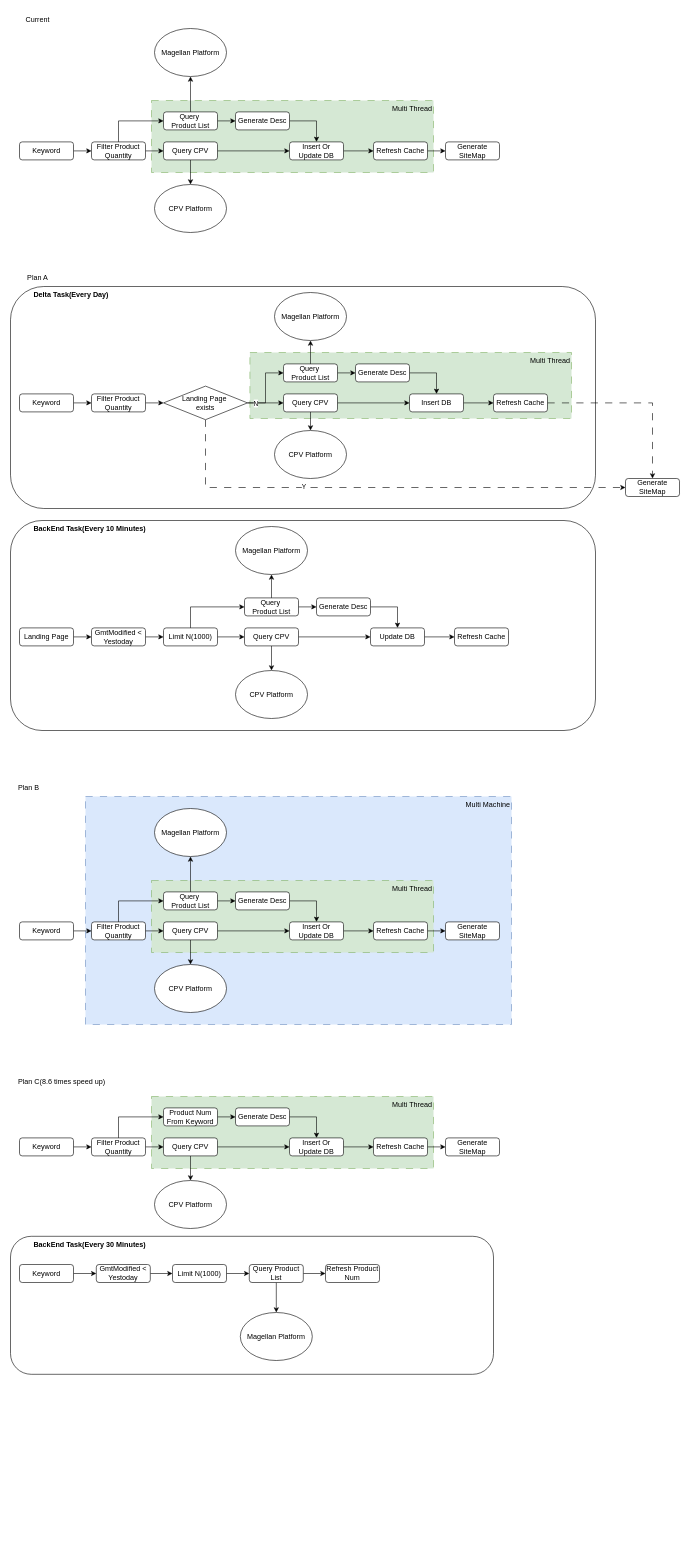
VisableHarry/seo-drawio keeps this draw.io diagram as drawio/landingpage_generate.drawio. Above is the earlier version. Source tidied: cells renumbered, new cells numbered last; positions are measured from the earlier drawing's top-left corner, leaving out a move shared by most shapes. Both pictures are drawn from the tidied source at 60%, with x=0, y=0 at pixel (10, 10).
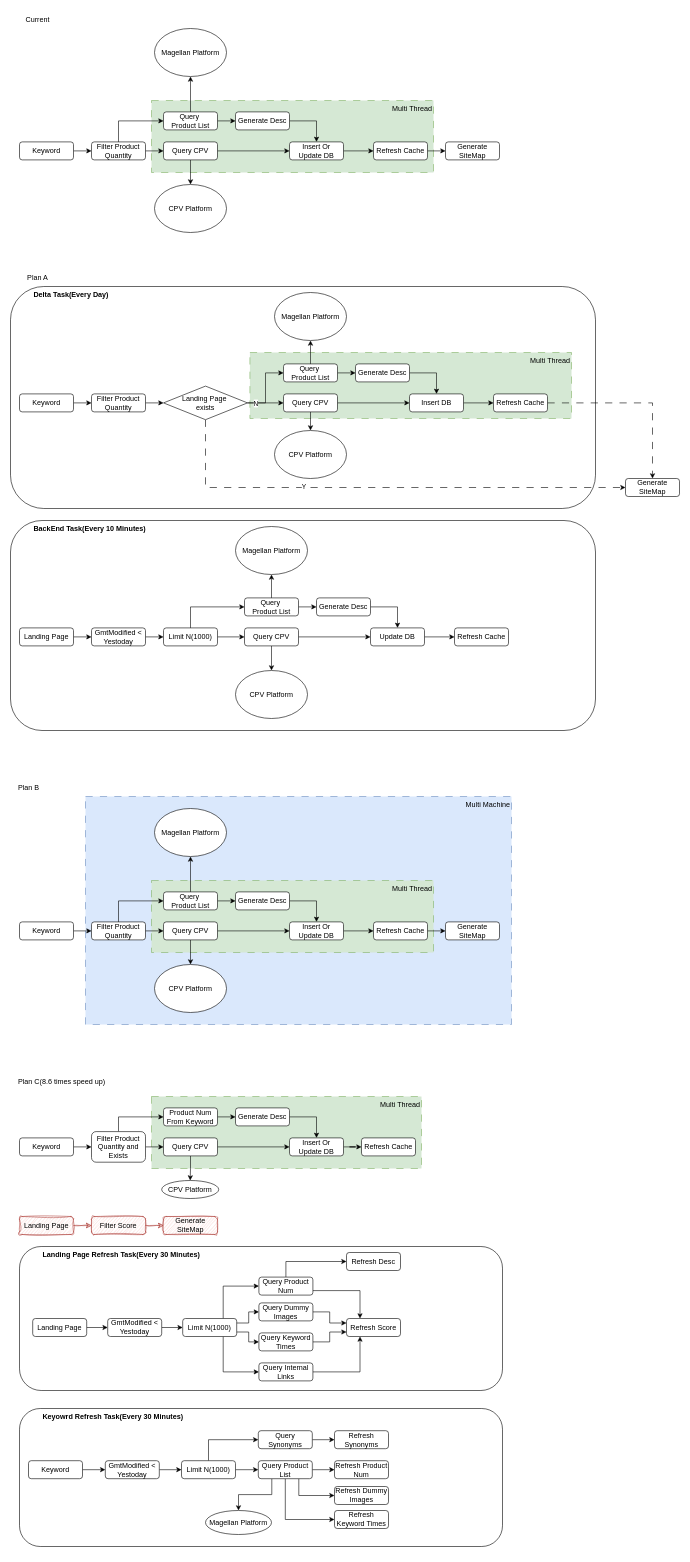
After the change.

The change refers to these unchanged cells:
```xml
<mxCell id="110" value="Insert Or Update DB" style="rounded=1;whiteSpace=wrap;html=1;" parent="1" vertex="1">
  <mxGeometry x="465" y="1879" width="90" height="30" as="geometry" />
</mxCell>
```

What changed in the source:
```diff
@@
-    <mxCell id="2" value="&amp;nbsp; &amp;nbsp; &amp;nbsp; &amp;nbsp; &amp;nbsp; &amp;nbsp;&lt;b&gt;BackEnd Task(Every 30 Minutes)&lt;/b&gt;" style="rounded=1;whiteSpace=wrap;html=1;align=left;verticalAlign=top;" parent="1" vertex="1">
-      <mxGeometry y="2043" width="805" height="230" as="geometry" />
-    </mxCell>
@@
     <mxCell id="98" value="Multi Thread" style="rounded=0;whiteSpace=wrap;html=1;align=right;verticalAlign=top;fillColor=#d5e8d4;strokeColor=#82b366;dashed=1;dashPattern=12 12;" parent="1" vertex="1">
-      <mxGeometry x="235" y="1810" width="470" height="120" as="geometry" />
+      <mxGeometry x="235" y="1810" width="450" height="120" as="geometry" />
     </mxCell>
@@
-    <mxCell id="103" value="Filter Product Quantity" style="rounded=1;whiteSpace=wrap;html=1;" parent="1" vertex="1">
-      <mxGeometry x="135" y="1879" width="90" height="30" as="geometry" />
+    <mxCell id="103" value="Filter Product Quantity and Exists" style="rounded=1;whiteSpace=wrap;html=1;" parent="1" vertex="1">
+      <mxGeometry x="135" y="1868.5" width="90" height="51" as="geometry" />
     </mxCell>
@@
-    <mxCell id="109" style="edgeStyle=orthogonalEdgeStyle;rounded=0;jettySize=auto;html=1;exitX=1;exitY=0.5;exitDx=0;exitDy=0;entryX=0;entryY=0.5;entryDx=0;entryDy=0;" parent="1" edge="1" source="110" target="112">
+    <mxCell id="109" style="edgeStyle=orthogonalEdgeStyle;rounded=0;jettySize=auto;html=1;exitX=1;exitY=0.5;exitDx=0;exitDy=0;" parent="1" edge="1" source="110" target="112">
       <mxGeometry relative="1" as="geometry" />
     </mxCell>
@@
-    <mxCell id="111" style="edgeStyle=orthogonalEdgeStyle;rounded=0;jettySize=auto;html=1;exitX=1;exitY=0.5;exitDx=0;exitDy=0;entryX=0;entryY=0.5;entryDx=0;entryDy=0;" parent="1" edge="1" source="112" target="116">
-      <mxGeometry relative="1" as="geometry" />
-    </mxCell>
-    <mxCell id="112" value="Refresh Cache" style="rounded=1;whiteSpace=wrap;html=1;" parent="1" vertex="1">
-      <mxGeometry x="605" y="1879" width="90" height="30" as="geometry" />
-    </mxCell>
@@
     <mxCell id="115" value="CPV Platform" style="ellipse;whiteSpace=wrap;html=1;" parent="1" vertex="1">
-      <mxGeometry x="240" y="1950" width="120" height="80" as="geometry" />
+      <mxGeometry x="252" y="1950" width="95" height="30" as="geometry" />
     </mxCell>
+    <mxCell id="128" style="edgeStyle=orthogonalEdgeStyle;rounded=0;jettySize=auto;html=1;exitX=1;exitY=0.5;exitDx=0;exitDy=0;entryX=0;entryY=0.5;entryDx=0;entryDy=0;shadow=0;sketch=1;curveFitting=1;jiggle=2;fillColor=#f8cecc;strokeColor=#b85450;" parent="1" edge="1" source="129" target="131">
+      <mxGeometry relative="1" as="geometry" />
+    </mxCell>
+    <mxCell id="129" value="Landing Page" style="rounded=1;whiteSpace=wrap;html=1;shadow=0;sketch=1;curveFitting=1;jiggle=2;fillColor=#f8cecc;strokeColor=#b85450;" parent="1" vertex="1">
+      <mxGeometry x="15" y="2010" width="90" height="30" as="geometry" />
+    </mxCell>
+    <mxCell id="130" style="edgeStyle=orthogonalEdgeStyle;rounded=0;jettySize=auto;html=1;exitX=1;exitY=0.5;exitDx=0;exitDy=0;entryX=0;entryY=0.5;entryDx=0;entryDy=0;shadow=0;sketch=1;curveFitting=1;jiggle=2;fillColor=#f8cecc;strokeColor=#b85450;" parent="1" edge="1" source="131">
+      <mxGeometry relative="1" as="geometry">
+        <mxPoint x="255" y="2025" as="targetPoint" />
+      </mxGeometry>
+    </mxCell>
+    <mxCell id="131" value="Filter Score" style="rounded=1;whiteSpace=wrap;html=1;shadow=0;sketch=1;curveFitting=1;jiggle=2;fillColor=#f8cecc;strokeColor=#b85450;" parent="1" vertex="1">
+      <mxGeometry x="135" y="2010" width="90" height="30" as="geometry" />
+    </mxCell>
-    <mxCell id="116" value="Generate SiteMap" style="rounded=1;whiteSpace=wrap;html=1;" parent="1" vertex="1">
-      <mxGeometry x="725" y="1879" width="90" height="30" as="geometry" />
+    <mxCell id="116" value="Generate SiteMap" style="rounded=1;whiteSpace=wrap;html=1;shadow=0;sketch=1;curveFitting=1;jiggle=2;fillColor=#f8cecc;strokeColor=#b85450;" parent="1" vertex="1">
+      <mxGeometry x="255" y="2010" width="90" height="30" as="geometry" />
     </mxCell>
+    <mxCell id="132" style="group;" parent="1" vertex="1">
+      <mxGeometry x="15" y="2330" width="805" height="240" as="geometry" />
+    </mxCell>
+    <mxCell id="2" value="&amp;nbsp; &amp;nbsp; &amp;nbsp; &amp;nbsp; &amp;nbsp; &amp;nbsp;&lt;b&gt;Keyowrd Refresh Task(Every 30 Minutes)&lt;/b&gt;" style="rounded=1;whiteSpace=wrap;html=1;align=left;verticalAlign=top;" parent="132" vertex="1">
+      <mxGeometry width="805" height="230" as="geometry" />
+    </mxCell>
-    <mxCell id="117" style="edgeStyle=orthogonalEdgeStyle;rounded=0;jettySize=auto;html=1;exitX=1;exitY=0.5;exitDx=0;exitDy=0;entryX=0;entryY=0.5;entryDx=0;entryDy=0;" parent="1" edge="1" source="118" target="125">
+    <mxCell id="117" style="edgeStyle=orthogonalEdgeStyle;rounded=0;jettySize=auto;html=1;exitX=1;exitY=0.5;exitDx=0;exitDy=0;entryX=0;entryY=0.5;entryDx=0;entryDy=0;" parent="132" edge="1" source="118" target="125">
       <mxGeometry relative="1" as="geometry" />
     </mxCell>
-    <mxCell id="118" value="Keyword" style="rounded=1;whiteSpace=wrap;html=1;" parent="1" vertex="1">
-      <mxGeometry x="15" y="2090" width="90" height="30" as="geometry" />
+    <mxCell id="118" value="Keyword" style="rounded=1;whiteSpace=wrap;html=1;" parent="132" vertex="1">
+      <mxGeometry x="15" y="87" width="90" height="30" as="geometry" />
     </mxCell>
-    <mxCell id="119" style="edgeStyle=orthogonalEdgeStyle;rounded=0;jettySize=auto;html=1;exitX=1;exitY=0.5;exitDx=0;exitDy=0;entryX=0;entryY=0.5;entryDx=0;entryDy=0;" parent="1" edge="1" source="121" target="123">
+    <mxCell id="119" style="edgeStyle=orthogonalEdgeStyle;rounded=0;jettySize=auto;html=1;exitX=1;exitY=0.5;exitDx=0;exitDy=0;entryX=0;entryY=0.5;entryDx=0;entryDy=0;" parent="132" edge="1" source="121" target="123">
       <mxGeometry relative="1" as="geometry" />
     </mxCell>
+    <mxCell id="133" style="edgeStyle=orthogonalEdgeStyle;rounded=0;jettySize=auto;html=1;exitX=0.75;exitY=1;exitDx=0;exitDy=0;entryX=0;entryY=0.5;entryDx=0;entryDy=0;" parent="132" edge="1" source="121" target="139">
+      <mxGeometry relative="1" as="geometry" />
+    </mxCell>
+    <mxCell id="134" style="edgeStyle=orthogonalEdgeStyle;rounded=0;jettySize=auto;html=1;exitX=0.5;exitY=1;exitDx=0;exitDy=0;entryX=0;entryY=0.5;entryDx=0;entryDy=0;" parent="132" edge="1" source="121" target="140">
+      <mxGeometry relative="1" as="geometry" />
+    </mxCell>
-    <mxCell id="120" style="edgeStyle=orthogonalEdgeStyle;rounded=0;jettySize=auto;html=1;exitX=0.5;exitY=1;exitDx=0;exitDy=0;entryX=0.5;entryY=0;entryDx=0;entryDy=0;" parent="1" edge="1" source="121" target="122">
+    <mxCell id="120" style="edgeStyle=orthogonalEdgeStyle;rounded=0;jettySize=auto;html=1;exitX=0.25;exitY=1;exitDx=0;exitDy=0;entryX=0.5;entryY=0;entryDx=0;entryDy=0;" parent="132" edge="1" source="121" target="122">
       <mxGeometry relative="1" as="geometry" />
     </mxCell>
-    <mxCell id="121" value="Query Product List" style="rounded=1;whiteSpace=wrap;html=1;" parent="1" vertex="1">
-      <mxGeometry x="398" y="2090" width="90" height="30" as="geometry" />
+    <mxCell id="121" value="Query Product List" style="rounded=1;whiteSpace=wrap;html=1;" parent="132" vertex="1">
+      <mxGeometry x="398" y="87" width="90" height="30" as="geometry" />
     </mxCell>
-    <mxCell id="122" value="Magellan Platform" style="ellipse;whiteSpace=wrap;html=1;" parent="1" vertex="1">
-      <mxGeometry x="383" y="2170" width="120" height="80" as="geometry" />
+    <mxCell id="122" value="Magellan Platform" style="ellipse;whiteSpace=wrap;html=1;" parent="132" vertex="1">
+      <mxGeometry x="310" y="170" width="110" height="40" as="geometry" />
     </mxCell>
-    <mxCell id="123" value="Refresh Product Num" style="rounded=1;whiteSpace=wrap;html=1;" parent="1" vertex="1">
-      <mxGeometry x="525" y="2090" width="90" height="30" as="geometry" />
+    <mxCell id="123" value="Refresh Product Num" style="rounded=1;whiteSpace=wrap;html=1;" parent="132" vertex="1">
+      <mxGeometry x="525" y="87" width="90" height="30" as="geometry" />
     </mxCell>
-    <mxCell id="124" style="edgeStyle=orthogonalEdgeStyle;rounded=0;jettySize=auto;html=1;exitX=1;exitY=0.5;exitDx=0;exitDy=0;entryX=0;entryY=0.5;entryDx=0;entryDy=0;" parent="1" edge="1" source="125" target="127">
+    <mxCell id="124" style="edgeStyle=orthogonalEdgeStyle;rounded=0;jettySize=auto;html=1;exitX=1;exitY=0.5;exitDx=0;exitDy=0;entryX=0;entryY=0.5;entryDx=0;entryDy=0;" parent="132" edge="1" source="125" target="127">
       <mxGeometry relative="1" as="geometry" />
     </mxCell>
-    <mxCell id="125" value="GmtModified &amp;lt; Yestoday" style="rounded=1;whiteSpace=wrap;html=1;" parent="1" vertex="1">
-      <mxGeometry x="143" y="2090" width="90" height="30" as="geometry" />
+    <mxCell id="125" value="GmtModified &amp;lt; Yestoday" style="rounded=1;whiteSpace=wrap;html=1;" parent="132" vertex="1">
+      <mxGeometry x="143" y="87" width="90" height="30" as="geometry" />
     </mxCell>
-    <mxCell id="126" style="edgeStyle=orthogonalEdgeStyle;rounded=0;jettySize=auto;html=1;exitX=1;exitY=0.5;exitDx=0;exitDy=0;entryX=0;entryY=0.5;entryDx=0;entryDy=0;" parent="1" edge="1" source="127" target="121">
+    <mxCell id="126" style="edgeStyle=orthogonalEdgeStyle;rounded=0;jettySize=auto;html=1;exitX=1;exitY=0.5;exitDx=0;exitDy=0;entryX=0;entryY=0.5;entryDx=0;entryDy=0;" parent="132" edge="1" source="127" target="121">
       <mxGeometry relative="1" as="geometry" />
     </mxCell>
+    <mxCell id="135" style="edgeStyle=orthogonalEdgeStyle;rounded=0;jettySize=auto;html=1;exitX=0.5;exitY=0;exitDx=0;exitDy=0;entryX=0;entryY=0.5;entryDx=0;entryDy=0;" parent="132" edge="1" source="127" target="137">
+      <mxGeometry relative="1" as="geometry" />
+    </mxCell>
-    <mxCell id="127" value="Limit N(1000)" style="rounded=1;whiteSpace=wrap;html=1;" parent="1" vertex="1">
-      <mxGeometry x="270" y="2090" width="90" height="30" as="geometry" />
+    <mxCell id="127" value="Limit N(1000)" style="rounded=1;whiteSpace=wrap;html=1;" parent="132" vertex="1">
+      <mxGeometry x="270" y="87" width="90" height="30" as="geometry" />
     </mxCell>
+    <mxCell id="136" style="edgeStyle=orthogonalEdgeStyle;rounded=0;jettySize=auto;html=1;exitX=1;exitY=0.5;exitDx=0;exitDy=0;entryX=0;entryY=0.5;entryDx=0;entryDy=0;" parent="132" edge="1" source="137" target="138">
+      <mxGeometry relative="1" as="geometry" />
+    </mxCell>
+    <mxCell id="137" value="Query Synonyms" style="rounded=1;whiteSpace=wrap;html=1;" parent="132" vertex="1">
+      <mxGeometry x="398" y="37" width="90" height="30" as="geometry" />
+    </mxCell>
+    <mxCell id="138" value="Refresh Synonyms" style="rounded=1;whiteSpace=wrap;html=1;" parent="132" vertex="1">
+      <mxGeometry x="525" y="37" width="90" height="30" as="geometry" />
+    </mxCell>
+    <mxCell id="139" value="Refresh Dummy Images" style="rounded=1;whiteSpace=wrap;html=1;" parent="132" vertex="1">
+      <mxGeometry x="525" y="130" width="90" height="30" as="geometry" />
+    </mxCell>
+    <mxCell id="140" value="Refresh Keyword Times" style="rounded=1;whiteSpace=wrap;html=1;" parent="132" vertex="1">
+      <mxGeometry x="525" y="170" width="90" height="30" as="geometry" />
+    </mxCell>
+    <mxCell id="141" value="&lt;b&gt;&amp;nbsp; &amp;nbsp; &amp;nbsp; &amp;nbsp; &amp;nbsp; &amp;nbsp;Landing Page&amp;nbsp;Refresh Task(Every 30 Minutes)&lt;/b&gt;" style="rounded=1;whiteSpace=wrap;html=1;align=left;verticalAlign=top;" parent="1" vertex="1">
+      <mxGeometry x="15" y="2060" width="805" height="240" as="geometry" />
+    </mxCell>
+    <mxCell id="142" style="edgeStyle=orthogonalEdgeStyle;rounded=0;jettySize=auto;html=1;exitX=1;exitY=0.5;exitDx=0;exitDy=0;entryX=0;entryY=0.5;entryDx=0;entryDy=0;" parent="1" edge="1" source="143" target="145">
+      <mxGeometry relative="1" as="geometry" />
+    </mxCell>
+    <mxCell id="143" value="Landing Page" style="rounded=1;whiteSpace=wrap;html=1;" parent="1" vertex="1">
+      <mxGeometry x="37" y="2180" width="90" height="30" as="geometry" />
+    </mxCell>
+    <mxCell id="144" style="edgeStyle=orthogonalEdgeStyle;rounded=0;jettySize=auto;html=1;exitX=1;exitY=0.5;exitDx=0;exitDy=0;entryX=0;entryY=0.5;entryDx=0;entryDy=0;" parent="1" edge="1" source="145" target="150">
+      <mxGeometry relative="1" as="geometry" />
+    </mxCell>
+    <mxCell id="145" value="GmtModified &amp;lt; Yestoday" style="rounded=1;whiteSpace=wrap;html=1;" parent="1" vertex="1">
+      <mxGeometry x="162" y="2180" width="90" height="30" as="geometry" />
+    </mxCell>
+    <mxCell id="146" style="edgeStyle=orthogonalEdgeStyle;rounded=0;jettySize=auto;html=1;exitX=0.75;exitY=0;exitDx=0;exitDy=0;entryX=0;entryY=0.5;entryDx=0;entryDy=0;" parent="1" edge="1" source="150" target="153">
+      <mxGeometry relative="1" as="geometry" />
+    </mxCell>
+    <mxCell id="147" style="edgeStyle=orthogonalEdgeStyle;rounded=0;jettySize=auto;html=1;exitX=1;exitY=0.25;exitDx=0;exitDy=0;entryX=0;entryY=0.5;entryDx=0;entryDy=0;" parent="1" edge="1" source="150" target="157">
+      <mxGeometry relative="1" as="geometry" />
+    </mxCell>
+    <mxCell id="148" style="edgeStyle=orthogonalEdgeStyle;rounded=0;jettySize=auto;html=1;exitX=1;exitY=0.75;exitDx=0;exitDy=0;entryX=0;entryY=0.5;entryDx=0;entryDy=0;" parent="1" edge="1" source="150" target="159">
+      <mxGeometry relative="1" as="geometry" />
+    </mxCell>
+    <mxCell id="149" style="edgeStyle=orthogonalEdgeStyle;rounded=0;jettySize=auto;html=1;exitX=0.75;exitY=1;exitDx=0;exitDy=0;entryX=0;entryY=0.5;entryDx=0;entryDy=0;" parent="1" edge="1" source="150" target="161">
+      <mxGeometry relative="1" as="geometry" />
+    </mxCell>
+    <mxCell id="150" value="Limit N(1000)" style="rounded=1;whiteSpace=wrap;html=1;" parent="1" vertex="1">
+      <mxGeometry x="287" y="2180" width="90" height="30" as="geometry" />
+    </mxCell>
+    <mxCell id="151" style="edgeStyle=orthogonalEdgeStyle;rounded=0;jettySize=auto;html=1;exitX=1;exitY=0.75;exitDx=0;exitDy=0;entryX=0.25;entryY=0;entryDx=0;entryDy=0;" parent="1" edge="1" source="153" target="155">
+      <mxGeometry relative="1" as="geometry" />
+    </mxCell>
+    <mxCell id="152" style="edgeStyle=orthogonalEdgeStyle;rounded=0;jettySize=auto;html=1;exitX=0.5;exitY=0;exitDx=0;exitDy=0;entryX=0;entryY=0.5;entryDx=0;entryDy=0;" parent="1" edge="1" source="153" target="154">
+      <mxGeometry relative="1" as="geometry" />
+    </mxCell>
+    <mxCell id="153" value="Query Product Num" style="rounded=1;whiteSpace=wrap;html=1;" parent="1" vertex="1">
+      <mxGeometry x="414" y="2111" width="90" height="30" as="geometry" />
+    </mxCell>
+    <mxCell id="154" value="Refresh Desc" style="rounded=1;whiteSpace=wrap;html=1;" parent="1" vertex="1">
+      <mxGeometry x="560" y="2070" width="90" height="30" as="geometry" />
+    </mxCell>
+    <mxCell id="155" value="Refresh Score" style="rounded=1;whiteSpace=wrap;html=1;" parent="1" vertex="1">
+      <mxGeometry x="560" y="2180" width="90" height="30" as="geometry" />
+    </mxCell>
+    <mxCell id="112" value="Refresh Cache" style="rounded=1;whiteSpace=wrap;html=1;" parent="1" vertex="1">
+      <mxGeometry x="585" y="1879" width="90" height="30" as="geometry" />
+    </mxCell>
+    <mxCell id="156" style="edgeStyle=orthogonalEdgeStyle;rounded=0;jettySize=auto;html=1;exitX=1;exitY=0.5;exitDx=0;exitDy=0;entryX=0;entryY=0.25;entryDx=0;entryDy=0;" parent="1" edge="1" source="157" target="155">
+      <mxGeometry relative="1" as="geometry" />
+    </mxCell>
+    <mxCell id="157" value="Query Dummy Images" style="rounded=1;whiteSpace=wrap;html=1;" parent="1" vertex="1">
+      <mxGeometry x="414" y="2154" width="90" height="30" as="geometry" />
+    </mxCell>
+    <mxCell id="158" style="edgeStyle=orthogonalEdgeStyle;rounded=0;jettySize=auto;html=1;exitX=1;exitY=0.5;exitDx=0;exitDy=0;entryX=0;entryY=0.75;entryDx=0;entryDy=0;" parent="1" edge="1" source="159" target="155">
+      <mxGeometry relative="1" as="geometry" />
+    </mxCell>
+    <mxCell id="159" value="Query Keyword Times" style="rounded=1;whiteSpace=wrap;html=1;" parent="1" vertex="1">
+      <mxGeometry x="414" y="2204" width="90" height="30" as="geometry" />
+    </mxCell>
+    <mxCell id="160" style="edgeStyle=orthogonalEdgeStyle;rounded=0;jettySize=auto;html=1;exitX=1;exitY=0.5;exitDx=0;exitDy=0;entryX=0.25;entryY=1;entryDx=0;entryDy=0;" parent="1" edge="1" source="161" target="155">
+      <mxGeometry relative="1" as="geometry" />
+    </mxCell>
+    <mxCell id="161" value="Query Internal Links" style="rounded=1;whiteSpace=wrap;html=1;" parent="1" vertex="1">
+      <mxGeometry x="414" y="2254" width="90" height="30" as="geometry" />
+    </mxCell>
```
